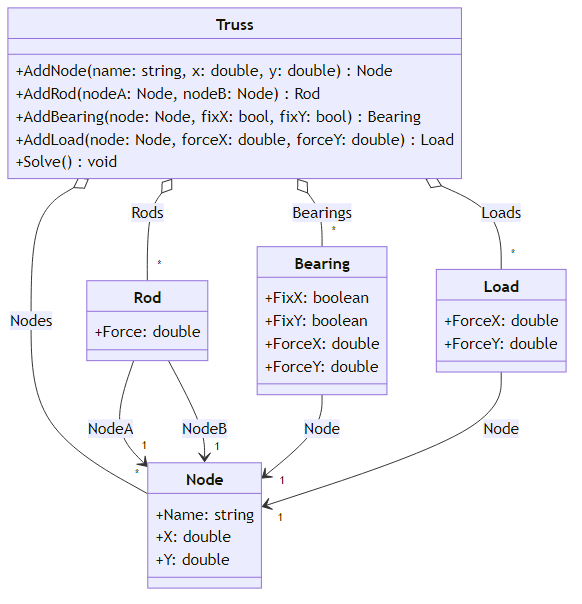
This is Quellen/FachwerkIdeal/Model.png from ghackenberg/kurs-computer-simulation, a Mermaid export, as it was before one commit. Its source is kept beside it as Quellen/FachwerkIdeal/Model.mmd.
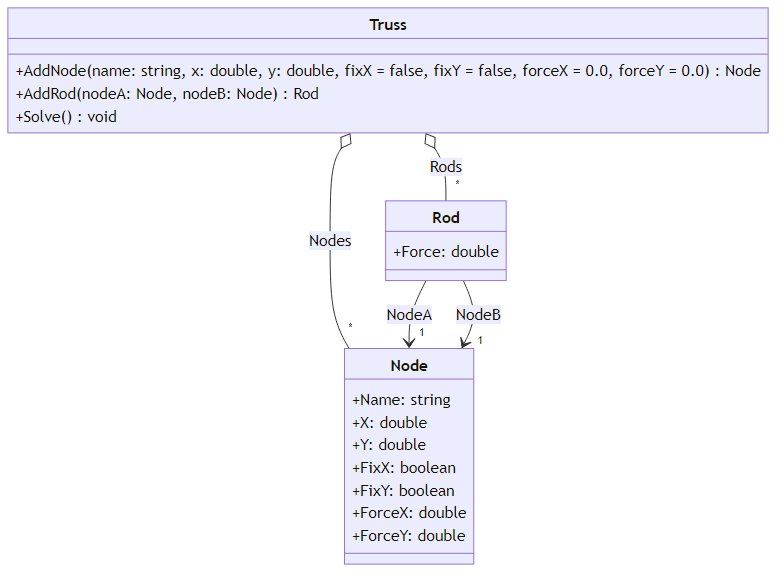
The same file after the commit.

Commit message:
align truss models

The edit, as a diff of the source:
```diff
@@ -1,39 +1,25 @@
 classDiagram
 
     class Truss {
-        +AddNode(name: string, x: double, y: double) Node
+        +AddNode(name: string, x: double, y: double, fixX = false, fixY = false, forceX = 0.0, forceY = 0.0) Node
         +AddRod(nodeA: Node, nodeB: Node) Rod
-        +AddBearing(node: Node, fixX: bool, fixY: bool) Bearing
-        +AddLoad(node: Node, forceX: double, forceY: double) Load
         +Solve() void
     }
     class Node {
         +Name: string
         +X: double
         +Y: double
-    }
-    class Rod {
-        +Force: double
-    }
-    class Bearing {
         +FixX: boolean
         +FixY: boolean
         +ForceX: double
         +ForceY: double
     }
-    class Load {
-        +ForceX: double
-        +ForceY: double
+    class Rod {
+        +Force: double
     }
 
     Truss o--"*" Node: Nodes
     Truss o--"*" Rod: Rods
-    Truss o--"*" Bearing: Bearings
-    Truss o--"*" Load: Loads
 
     Rod -->"1" Node: NodeA
     Rod -->"1" Node: NodeB
-
-    Bearing -->"1" Node: Node
-
-    Load -->"1" Node: Node
```
